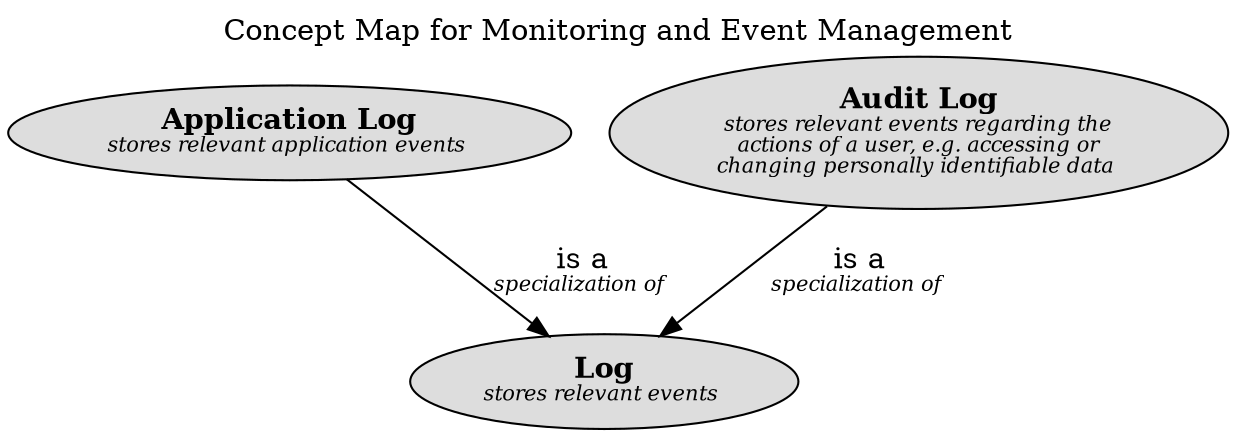
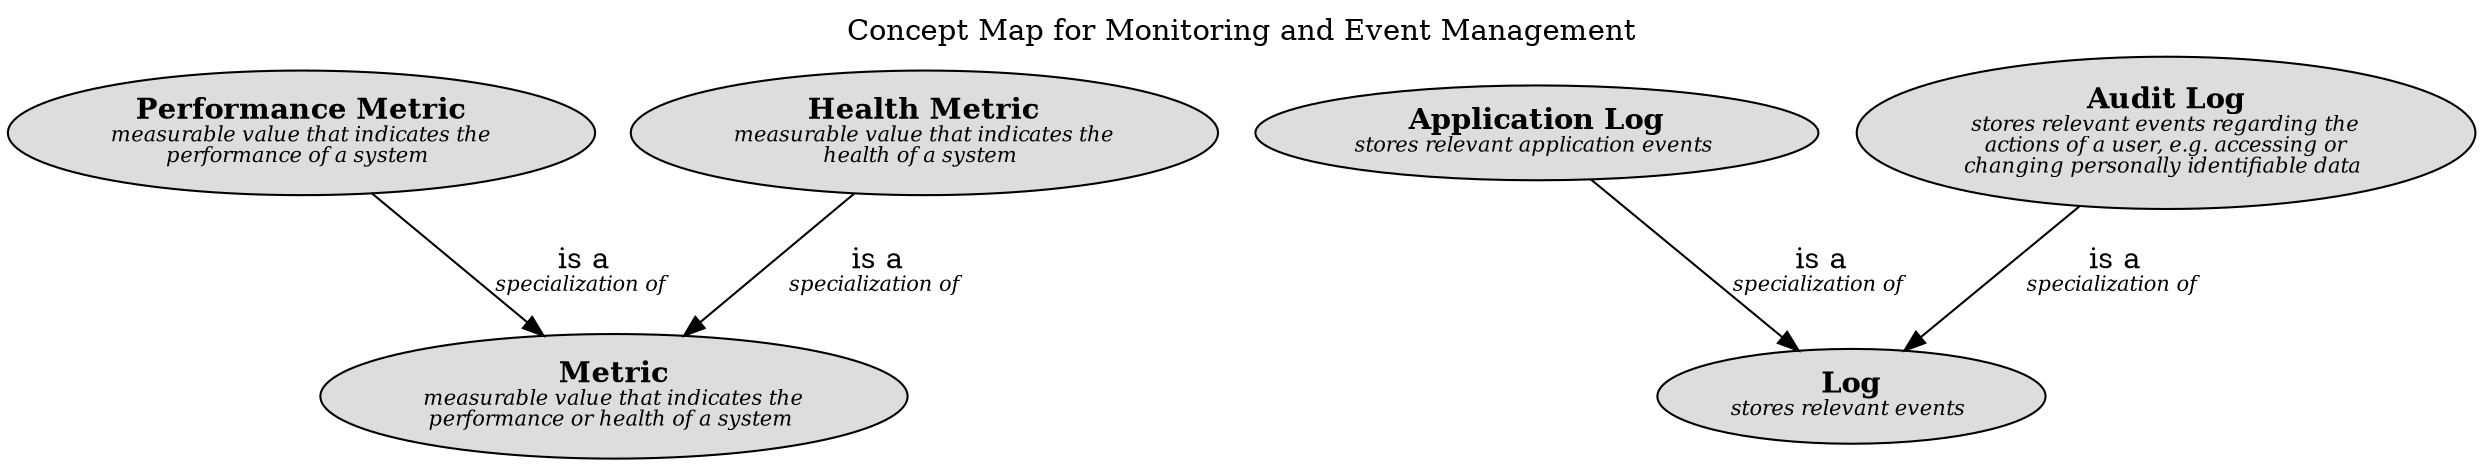
digraph "Concept Map for Monitoring and Event Management" {
  labelloc= "t"
  label="Concept Map for Monitoring and Event Management"

  layout=dot
+ software_development_itil4_monitoring__performance_metric [shape=ellipse style=filled fillcolor="#dddddd" label=<<B>Performance Metric</B><BR/><FONT POINT-SIZE="10"><I>measurable value that indicates the<BR/>performance of a system </I></FONT>>]
+ software_development_itil4_monitoring__metric [shape=ellipse style=filled fillcolor="#dddddd" label=<<B>Metric</B><BR/><FONT POINT-SIZE="10"><I>measurable value that indicates the<BR/>performance or health of a system </I></FONT>>]
+ software_development_itil4_monitoring__health_metric [shape=ellipse style=filled fillcolor="#dddddd" label=<<B>Health Metric</B><BR/><FONT POINT-SIZE="10"><I>measurable value that indicates the<BR/>health of a system </I></FONT>>]
software_development_itil4_monitoring__app_log [shape=ellipse style=filled fillcolor="#dddddd" label=<<B>Application Log</B><BR/><FONT POINT-SIZE="10"><I>stores relevant application events </I></FONT>>]
software_development_itil4_monitoring__audit_log [shape=ellipse style=filled fillcolor="#dddddd" label=<<B>Audit Log</B><BR/><FONT POINT-SIZE="10"><I>stores relevant events regarding the<BR/>actions of a user, e.g. accessing or<BR/>changing personally identifiable data </I></FONT>>]
software_development_itil4_monitoring__log [shape=ellipse style=filled fillcolor="#dddddd" label=<<B>Log</B><BR/><FONT POINT-SIZE="10"><I>stores relevant events </I></FONT>>]

software_development_itil4_monitoring__app_log -> software_development_itil4_monitoring__log [label=<is a<BR/><FONT POINT-SIZE="10"><I>specialization of </I></FONT>>]
+ software_development_itil4_monitoring__performance_metric -> software_development_itil4_monitoring__metric [label=<is a<BR/><FONT POINT-SIZE="10"><I>specialization of </I></FONT>>]
+ software_development_itil4_monitoring__health_metric -> software_development_itil4_monitoring__metric [label=<is a<BR/><FONT POINT-SIZE="10"><I>specialization of </I></FONT>>]
software_development_itil4_monitoring__audit_log -> software_development_itil4_monitoring__log [label=<is a<BR/><FONT POINT-SIZE="10"><I>specialization of </I></FONT>>]

}

// (generated by Overarch with template views/view.dot.cmb)
